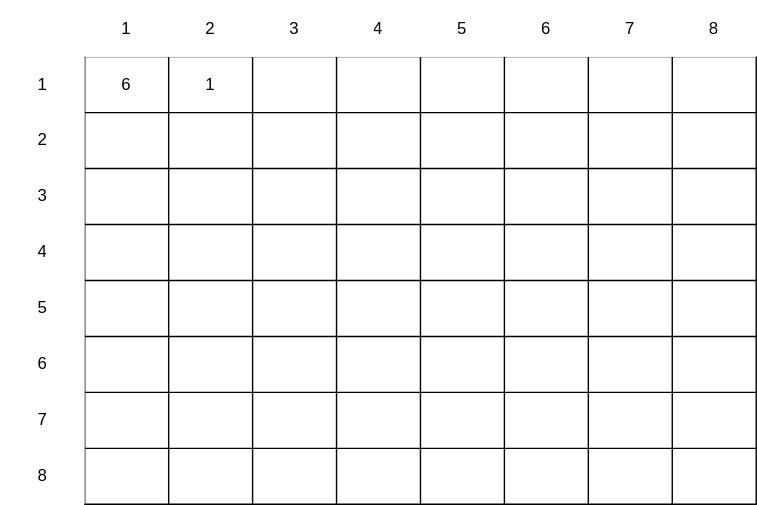
The draw.io diagram Processamento de Imagens - Atividades do dia 2022-06-09-b.svg in mdmundo/diagrams, before a commit. Source tidied: cells renumbered, new cells last; positions are measured from the earlier drawing's top-left corner, leaving out a move shared by most shapes.
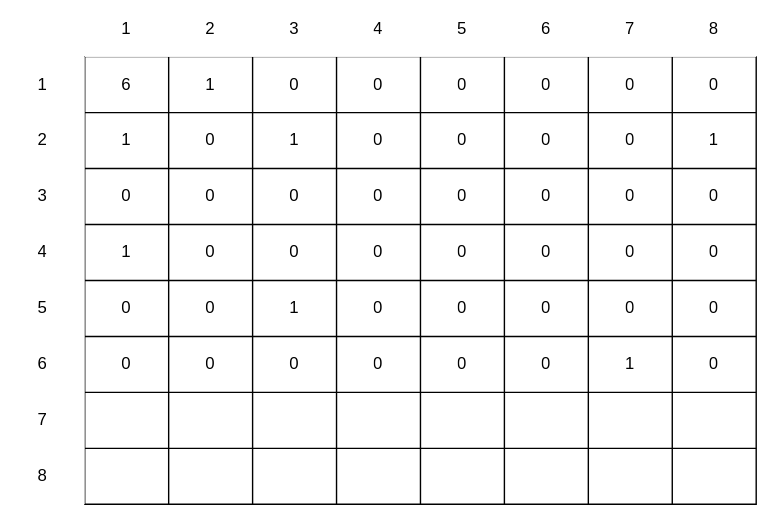
The same file after the commit.

Change to the diagram source:
```diff
@@ -14,157 +14,157 @@
     <mxCell id="5" value="1" style="shape=partialRectangle;html=1;whiteSpace=wrap;overflow=hidden;fillColor=none;top=0;left=0;bottom=0;right=0;strokeColor=default;strokeWidth=1;" parent="3" vertex="1">
       <mxGeometry x="60" width="60" height="40" as="geometry" />
     </mxCell>
-    <mxCell id="6" style="shape=partialRectangle;html=1;whiteSpace=wrap;overflow=hidden;fillColor=none;top=0;left=0;bottom=0;right=0;strokeColor=default;strokeWidth=1;" parent="3" vertex="1">
+    <mxCell id="6" value="0" style="shape=partialRectangle;html=1;whiteSpace=wrap;overflow=hidden;fillColor=none;top=0;left=0;bottom=0;right=0;strokeColor=default;strokeWidth=1;" parent="3" vertex="1">
       <mxGeometry x="120" width="60" height="40" as="geometry" />
     </mxCell>
-    <mxCell id="7" style="shape=partialRectangle;html=1;whiteSpace=wrap;overflow=hidden;fillColor=none;top=0;left=0;bottom=0;right=0;strokeColor=default;strokeWidth=1;" parent="3" vertex="1">
+    <mxCell id="7" value="0" style="shape=partialRectangle;html=1;whiteSpace=wrap;overflow=hidden;fillColor=none;top=0;left=0;bottom=0;right=0;strokeColor=default;strokeWidth=1;" parent="3" vertex="1">
       <mxGeometry x="180" width="60" height="40" as="geometry" />
     </mxCell>
-    <mxCell id="8" style="shape=partialRectangle;html=1;whiteSpace=wrap;overflow=hidden;fillColor=none;top=0;left=0;bottom=0;right=0;strokeColor=default;strokeWidth=1;" parent="3" vertex="1">
+    <mxCell id="8" value="0" style="shape=partialRectangle;html=1;whiteSpace=wrap;overflow=hidden;fillColor=none;top=0;left=0;bottom=0;right=0;strokeColor=default;strokeWidth=1;" parent="3" vertex="1">
       <mxGeometry x="240" width="60" height="40" as="geometry" />
     </mxCell>
-    <mxCell id="9" style="shape=partialRectangle;html=1;whiteSpace=wrap;overflow=hidden;fillColor=none;top=0;left=0;bottom=0;right=0;strokeColor=default;strokeWidth=1;" parent="3" vertex="1">
+    <mxCell id="9" value="0" style="shape=partialRectangle;html=1;whiteSpace=wrap;overflow=hidden;fillColor=none;top=0;left=0;bottom=0;right=0;strokeColor=default;strokeWidth=1;" parent="3" vertex="1">
       <mxGeometry x="300" width="60" height="40" as="geometry" />
     </mxCell>
-    <mxCell id="10" style="shape=partialRectangle;html=1;whiteSpace=wrap;overflow=hidden;fillColor=none;top=0;left=0;bottom=0;right=0;strokeColor=default;strokeWidth=1;" parent="3" vertex="1">
+    <mxCell id="10" value="0" style="shape=partialRectangle;html=1;whiteSpace=wrap;overflow=hidden;fillColor=none;top=0;left=0;bottom=0;right=0;strokeColor=default;strokeWidth=1;" parent="3" vertex="1">
       <mxGeometry x="360" width="60" height="40" as="geometry" />
     </mxCell>
-    <mxCell id="11" style="shape=partialRectangle;html=1;whiteSpace=wrap;overflow=hidden;fillColor=none;top=0;left=0;bottom=0;right=0;strokeColor=default;strokeWidth=1;" parent="3" vertex="1">
+    <mxCell id="11" value="0" style="shape=partialRectangle;html=1;whiteSpace=wrap;overflow=hidden;fillColor=none;top=0;left=0;bottom=0;right=0;strokeColor=default;strokeWidth=1;" parent="3" vertex="1">
       <mxGeometry x="420" width="60" height="40" as="geometry" />
     </mxCell>
     <mxCell id="12" style="shape=tableRow;horizontal=0;startSize=0;swimlaneHead=0;swimlaneBody=0;top=0;left=0;bottom=0;right=0;fillColor=none;strokeColor=default;strokeWidth=1;" parent="2" vertex="1">
       <mxGeometry y="40" width="480" height="40" as="geometry" />
     </mxCell>
-    <mxCell id="13" style="shape=partialRectangle;html=1;whiteSpace=wrap;overflow=hidden;fillColor=none;top=0;left=0;bottom=0;right=0;strokeColor=default;strokeWidth=1;" parent="12" vertex="1">
+    <mxCell id="13" value="1" style="shape=partialRectangle;html=1;whiteSpace=wrap;overflow=hidden;fillColor=none;top=0;left=0;bottom=0;right=0;strokeColor=default;strokeWidth=1;" parent="12" vertex="1">
       <mxGeometry width="60" height="40" as="geometry" />
     </mxCell>
-    <mxCell id="14" style="shape=partialRectangle;html=1;whiteSpace=wrap;overflow=hidden;fillColor=none;top=0;left=0;bottom=0;right=0;strokeColor=default;strokeWidth=1;" parent="12" vertex="1">
+    <mxCell id="14" value="0" style="shape=partialRectangle;html=1;whiteSpace=wrap;overflow=hidden;fillColor=none;top=0;left=0;bottom=0;right=0;strokeColor=default;strokeWidth=1;" parent="12" vertex="1">
       <mxGeometry x="60" width="60" height="40" as="geometry" />
     </mxCell>
-    <mxCell id="15" style="shape=partialRectangle;html=1;whiteSpace=wrap;overflow=hidden;fillColor=none;top=0;left=0;bottom=0;right=0;strokeColor=default;strokeWidth=1;" parent="12" vertex="1">
+    <mxCell id="15" value="1" style="shape=partialRectangle;html=1;whiteSpace=wrap;overflow=hidden;fillColor=none;top=0;left=0;bottom=0;right=0;strokeColor=default;strokeWidth=1;" parent="12" vertex="1">
       <mxGeometry x="120" width="60" height="40" as="geometry" />
     </mxCell>
-    <mxCell id="16" style="shape=partialRectangle;html=1;whiteSpace=wrap;overflow=hidden;fillColor=none;top=0;left=0;bottom=0;right=0;strokeColor=default;strokeWidth=1;" parent="12" vertex="1">
+    <mxCell id="16" value="0" style="shape=partialRectangle;html=1;whiteSpace=wrap;overflow=hidden;fillColor=none;top=0;left=0;bottom=0;right=0;strokeColor=default;strokeWidth=1;" parent="12" vertex="1">
       <mxGeometry x="180" width="60" height="40" as="geometry" />
     </mxCell>
-    <mxCell id="17" style="shape=partialRectangle;html=1;whiteSpace=wrap;overflow=hidden;fillColor=none;top=0;left=0;bottom=0;right=0;strokeColor=default;strokeWidth=1;" parent="12" vertex="1">
+    <mxCell id="17" value="0" style="shape=partialRectangle;html=1;whiteSpace=wrap;overflow=hidden;fillColor=none;top=0;left=0;bottom=0;right=0;strokeColor=default;strokeWidth=1;" parent="12" vertex="1">
       <mxGeometry x="240" width="60" height="40" as="geometry" />
     </mxCell>
-    <mxCell id="18" style="shape=partialRectangle;html=1;whiteSpace=wrap;overflow=hidden;fillColor=none;top=0;left=0;bottom=0;right=0;strokeColor=default;strokeWidth=1;" parent="12" vertex="1">
+    <mxCell id="18" value="0" style="shape=partialRectangle;html=1;whiteSpace=wrap;overflow=hidden;fillColor=none;top=0;left=0;bottom=0;right=0;strokeColor=default;strokeWidth=1;" parent="12" vertex="1">
       <mxGeometry x="300" width="60" height="40" as="geometry" />
     </mxCell>
-    <mxCell id="19" style="shape=partialRectangle;html=1;whiteSpace=wrap;overflow=hidden;fillColor=none;top=0;left=0;bottom=0;right=0;strokeColor=default;strokeWidth=1;" parent="12" vertex="1">
+    <mxCell id="19" value="0" style="shape=partialRectangle;html=1;whiteSpace=wrap;overflow=hidden;fillColor=none;top=0;left=0;bottom=0;right=0;strokeColor=default;strokeWidth=1;" parent="12" vertex="1">
       <mxGeometry x="360" width="60" height="40" as="geometry" />
     </mxCell>
-    <mxCell id="20" style="shape=partialRectangle;html=1;whiteSpace=wrap;overflow=hidden;fillColor=none;top=0;left=0;bottom=0;right=0;strokeColor=default;strokeWidth=1;" parent="12" vertex="1">
+    <mxCell id="20" value="1" style="shape=partialRectangle;html=1;whiteSpace=wrap;overflow=hidden;fillColor=none;top=0;left=0;bottom=0;right=0;strokeColor=default;strokeWidth=1;" parent="12" vertex="1">
       <mxGeometry x="420" width="60" height="40" as="geometry" />
     </mxCell>
     <mxCell id="21" style="shape=tableRow;horizontal=0;startSize=0;swimlaneHead=0;swimlaneBody=0;top=0;left=0;bottom=0;right=0;fillColor=none;strokeColor=default;strokeWidth=1;" parent="2" vertex="1">
       <mxGeometry y="80" width="480" height="40" as="geometry" />
     </mxCell>
-    <mxCell id="22" style="shape=partialRectangle;html=1;whiteSpace=wrap;overflow=hidden;fillColor=none;top=0;left=0;bottom=0;right=0;strokeColor=default;strokeWidth=1;" parent="21" vertex="1">
+    <mxCell id="22" value="0" style="shape=partialRectangle;html=1;whiteSpace=wrap;overflow=hidden;fillColor=none;top=0;left=0;bottom=0;right=0;strokeColor=default;strokeWidth=1;" parent="21" vertex="1">
       <mxGeometry width="60" height="40" as="geometry" />
     </mxCell>
-    <mxCell id="23" style="shape=partialRectangle;html=1;whiteSpace=wrap;overflow=hidden;fillColor=none;top=0;left=0;bottom=0;right=0;strokeColor=default;strokeWidth=1;" parent="21" vertex="1">
+    <mxCell id="23" value="0" style="shape=partialRectangle;html=1;whiteSpace=wrap;overflow=hidden;fillColor=none;top=0;left=0;bottom=0;right=0;strokeColor=default;strokeWidth=1;" parent="21" vertex="1">
       <mxGeometry x="60" width="60" height="40" as="geometry" />
     </mxCell>
-    <mxCell id="24" style="shape=partialRectangle;html=1;whiteSpace=wrap;overflow=hidden;fillColor=none;top=0;left=0;bottom=0;right=0;strokeColor=default;strokeWidth=1;" parent="21" vertex="1">
+    <mxCell id="24" value="0" style="shape=partialRectangle;html=1;whiteSpace=wrap;overflow=hidden;fillColor=none;top=0;left=0;bottom=0;right=0;strokeColor=default;strokeWidth=1;" parent="21" vertex="1">
       <mxGeometry x="120" width="60" height="40" as="geometry" />
     </mxCell>
-    <mxCell id="25" style="shape=partialRectangle;html=1;whiteSpace=wrap;overflow=hidden;fillColor=none;top=0;left=0;bottom=0;right=0;strokeColor=default;strokeWidth=1;" parent="21" vertex="1">
+    <mxCell id="25" value="0" style="shape=partialRectangle;html=1;whiteSpace=wrap;overflow=hidden;fillColor=none;top=0;left=0;bottom=0;right=0;strokeColor=default;strokeWidth=1;" parent="21" vertex="1">
       <mxGeometry x="180" width="60" height="40" as="geometry" />
     </mxCell>
-    <mxCell id="26" style="shape=partialRectangle;html=1;whiteSpace=wrap;overflow=hidden;fillColor=none;top=0;left=0;bottom=0;right=0;strokeColor=default;strokeWidth=1;" parent="21" vertex="1">
+    <mxCell id="26" value="0" style="shape=partialRectangle;html=1;whiteSpace=wrap;overflow=hidden;fillColor=none;top=0;left=0;bottom=0;right=0;strokeColor=default;strokeWidth=1;" parent="21" vertex="1">
       <mxGeometry x="240" width="60" height="40" as="geometry" />
     </mxCell>
-    <mxCell id="27" style="shape=partialRectangle;html=1;whiteSpace=wrap;overflow=hidden;fillColor=none;top=0;left=0;bottom=0;right=0;strokeColor=default;strokeWidth=1;" parent="21" vertex="1">
+    <mxCell id="27" value="0" style="shape=partialRectangle;html=1;whiteSpace=wrap;overflow=hidden;fillColor=none;top=0;left=0;bottom=0;right=0;strokeColor=default;strokeWidth=1;" parent="21" vertex="1">
       <mxGeometry x="300" width="60" height="40" as="geometry" />
     </mxCell>
-    <mxCell id="28" style="shape=partialRectangle;html=1;whiteSpace=wrap;overflow=hidden;fillColor=none;top=0;left=0;bottom=0;right=0;strokeColor=default;strokeWidth=1;" parent="21" vertex="1">
+    <mxCell id="28" value="0" style="shape=partialRectangle;html=1;whiteSpace=wrap;overflow=hidden;fillColor=none;top=0;left=0;bottom=0;right=0;strokeColor=default;strokeWidth=1;" parent="21" vertex="1">
       <mxGeometry x="360" width="60" height="40" as="geometry" />
     </mxCell>
-    <mxCell id="29" style="shape=partialRectangle;html=1;whiteSpace=wrap;overflow=hidden;fillColor=none;top=0;left=0;bottom=0;right=0;strokeColor=default;strokeWidth=1;" parent="21" vertex="1">
+    <mxCell id="29" value="0" style="shape=partialRectangle;html=1;whiteSpace=wrap;overflow=hidden;fillColor=none;top=0;left=0;bottom=0;right=0;strokeColor=default;strokeWidth=1;" parent="21" vertex="1">
       <mxGeometry x="420" width="60" height="40" as="geometry" />
     </mxCell>
     <mxCell id="30" style="shape=tableRow;horizontal=0;startSize=0;swimlaneHead=0;swimlaneBody=0;top=0;left=0;bottom=0;right=0;fillColor=none;strokeColor=default;strokeWidth=1;" parent="2" vertex="1">
       <mxGeometry y="120" width="480" height="40" as="geometry" />
     </mxCell>
-    <mxCell id="31" style="shape=partialRectangle;html=1;whiteSpace=wrap;overflow=hidden;fillColor=none;top=0;left=0;bottom=0;right=0;strokeColor=default;strokeWidth=1;" parent="30" vertex="1">
+    <mxCell id="31" value="1" style="shape=partialRectangle;html=1;whiteSpace=wrap;overflow=hidden;fillColor=none;top=0;left=0;bottom=0;right=0;strokeColor=default;strokeWidth=1;" parent="30" vertex="1">
       <mxGeometry width="60" height="40" as="geometry" />
     </mxCell>
-    <mxCell id="32" style="shape=partialRectangle;html=1;whiteSpace=wrap;overflow=hidden;fillColor=none;top=0;left=0;bottom=0;right=0;strokeColor=default;strokeWidth=1;" parent="30" vertex="1">
+    <mxCell id="32" value="0" style="shape=partialRectangle;html=1;whiteSpace=wrap;overflow=hidden;fillColor=none;top=0;left=0;bottom=0;right=0;strokeColor=default;strokeWidth=1;" parent="30" vertex="1">
       <mxGeometry x="60" width="60" height="40" as="geometry" />
     </mxCell>
-    <mxCell id="33" style="shape=partialRectangle;html=1;whiteSpace=wrap;overflow=hidden;fillColor=none;top=0;left=0;bottom=0;right=0;strokeColor=default;strokeWidth=1;" parent="30" vertex="1">
+    <mxCell id="33" value="0" style="shape=partialRectangle;html=1;whiteSpace=wrap;overflow=hidden;fillColor=none;top=0;left=0;bottom=0;right=0;strokeColor=default;strokeWidth=1;" parent="30" vertex="1">
       <mxGeometry x="120" width="60" height="40" as="geometry" />
     </mxCell>
-    <mxCell id="34" style="shape=partialRectangle;html=1;whiteSpace=wrap;overflow=hidden;fillColor=none;top=0;left=0;bottom=0;right=0;strokeColor=default;strokeWidth=1;" parent="30" vertex="1">
+    <mxCell id="34" value="0" style="shape=partialRectangle;html=1;whiteSpace=wrap;overflow=hidden;fillColor=none;top=0;left=0;bottom=0;right=0;strokeColor=default;strokeWidth=1;" parent="30" vertex="1">
       <mxGeometry x="180" width="60" height="40" as="geometry" />
     </mxCell>
-    <mxCell id="35" style="shape=partialRectangle;html=1;whiteSpace=wrap;overflow=hidden;fillColor=none;top=0;left=0;bottom=0;right=0;strokeColor=default;strokeWidth=1;" parent="30" vertex="1">
+    <mxCell id="35" value="0" style="shape=partialRectangle;html=1;whiteSpace=wrap;overflow=hidden;fillColor=none;top=0;left=0;bottom=0;right=0;strokeColor=default;strokeWidth=1;" parent="30" vertex="1">
       <mxGeometry x="240" width="60" height="40" as="geometry" />
     </mxCell>
-    <mxCell id="36" style="shape=partialRectangle;html=1;whiteSpace=wrap;overflow=hidden;fillColor=none;top=0;left=0;bottom=0;right=0;strokeColor=default;strokeWidth=1;" parent="30" vertex="1">
+    <mxCell id="36" value="0" style="shape=partialRectangle;html=1;whiteSpace=wrap;overflow=hidden;fillColor=none;top=0;left=0;bottom=0;right=0;strokeColor=default;strokeWidth=1;" parent="30" vertex="1">
       <mxGeometry x="300" width="60" height="40" as="geometry" />
     </mxCell>
-    <mxCell id="37" style="shape=partialRectangle;html=1;whiteSpace=wrap;overflow=hidden;fillColor=none;top=0;left=0;bottom=0;right=0;strokeColor=default;strokeWidth=1;" parent="30" vertex="1">
+    <mxCell id="37" value="0" style="shape=partialRectangle;html=1;whiteSpace=wrap;overflow=hidden;fillColor=none;top=0;left=0;bottom=0;right=0;strokeColor=default;strokeWidth=1;" parent="30" vertex="1">
       <mxGeometry x="360" width="60" height="40" as="geometry" />
     </mxCell>
-    <mxCell id="38" style="shape=partialRectangle;html=1;whiteSpace=wrap;overflow=hidden;fillColor=none;top=0;left=0;bottom=0;right=0;strokeColor=default;strokeWidth=1;" parent="30" vertex="1">
+    <mxCell id="38" value="0" style="shape=partialRectangle;html=1;whiteSpace=wrap;overflow=hidden;fillColor=none;top=0;left=0;bottom=0;right=0;strokeColor=default;strokeWidth=1;" parent="30" vertex="1">
       <mxGeometry x="420" width="60" height="40" as="geometry" />
     </mxCell>
     <mxCell id="39" style="shape=tableRow;horizontal=0;startSize=0;swimlaneHead=0;swimlaneBody=0;top=0;left=0;bottom=0;right=0;fillColor=none;strokeColor=default;strokeWidth=1;" parent="2" vertex="1">
       <mxGeometry y="160" width="480" height="40" as="geometry" />
     </mxCell>
-    <mxCell id="40" style="shape=partialRectangle;html=1;whiteSpace=wrap;overflow=hidden;fillColor=none;top=0;left=0;bottom=0;right=0;strokeColor=default;strokeWidth=1;" parent="39" vertex="1">
+    <mxCell id="40" value="0" style="shape=partialRectangle;html=1;whiteSpace=wrap;overflow=hidden;fillColor=none;top=0;left=0;bottom=0;right=0;strokeColor=default;strokeWidth=1;" parent="39" vertex="1">
       <mxGeometry width="60" height="40" as="geometry" />
     </mxCell>
-    <mxCell id="41" style="shape=partialRectangle;html=1;whiteSpace=wrap;overflow=hidden;fillColor=none;top=0;left=0;bottom=0;right=0;strokeColor=default;strokeWidth=1;" parent="39" vertex="1">
+    <mxCell id="41" value="0" style="shape=partialRectangle;html=1;whiteSpace=wrap;overflow=hidden;fillColor=none;top=0;left=0;bottom=0;right=0;strokeColor=default;strokeWidth=1;" parent="39" vertex="1">
       <mxGeometry x="60" width="60" height="40" as="geometry" />
     </mxCell>
-    <mxCell id="42" style="shape=partialRectangle;html=1;whiteSpace=wrap;overflow=hidden;fillColor=none;top=0;left=0;bottom=0;right=0;strokeColor=default;strokeWidth=1;" parent="39" vertex="1">
+    <mxCell id="42" value="1" style="shape=partialRectangle;html=1;whiteSpace=wrap;overflow=hidden;fillColor=none;top=0;left=0;bottom=0;right=0;strokeColor=default;strokeWidth=1;" parent="39" vertex="1">
       <mxGeometry x="120" width="60" height="40" as="geometry" />
     </mxCell>
-    <mxCell id="43" style="shape=partialRectangle;html=1;whiteSpace=wrap;overflow=hidden;fillColor=none;top=0;left=0;bottom=0;right=0;strokeColor=default;strokeWidth=1;" parent="39" vertex="1">
+    <mxCell id="43" value="0" style="shape=partialRectangle;html=1;whiteSpace=wrap;overflow=hidden;fillColor=none;top=0;left=0;bottom=0;right=0;strokeColor=default;strokeWidth=1;" parent="39" vertex="1">
       <mxGeometry x="180" width="60" height="40" as="geometry" />
     </mxCell>
-    <mxCell id="44" style="shape=partialRectangle;html=1;whiteSpace=wrap;overflow=hidden;fillColor=none;top=0;left=0;bottom=0;right=0;strokeColor=default;strokeWidth=1;" parent="39" vertex="1">
+    <mxCell id="44" value="0" style="shape=partialRectangle;html=1;whiteSpace=wrap;overflow=hidden;fillColor=none;top=0;left=0;bottom=0;right=0;strokeColor=default;strokeWidth=1;" parent="39" vertex="1">
       <mxGeometry x="240" width="60" height="40" as="geometry" />
     </mxCell>
-    <mxCell id="45" style="shape=partialRectangle;html=1;whiteSpace=wrap;overflow=hidden;fillColor=none;top=0;left=0;bottom=0;right=0;strokeColor=default;strokeWidth=1;" parent="39" vertex="1">
+    <mxCell id="45" value="0" style="shape=partialRectangle;html=1;whiteSpace=wrap;overflow=hidden;fillColor=none;top=0;left=0;bottom=0;right=0;strokeColor=default;strokeWidth=1;" parent="39" vertex="1">
       <mxGeometry x="300" width="60" height="40" as="geometry" />
     </mxCell>
-    <mxCell id="46" style="shape=partialRectangle;html=1;whiteSpace=wrap;overflow=hidden;fillColor=none;top=0;left=0;bottom=0;right=0;strokeColor=default;strokeWidth=1;" parent="39" vertex="1">
+    <mxCell id="46" value="0" style="shape=partialRectangle;html=1;whiteSpace=wrap;overflow=hidden;fillColor=none;top=0;left=0;bottom=0;right=0;strokeColor=default;strokeWidth=1;" parent="39" vertex="1">
       <mxGeometry x="360" width="60" height="40" as="geometry" />
     </mxCell>
-    <mxCell id="47" style="shape=partialRectangle;html=1;whiteSpace=wrap;overflow=hidden;fillColor=none;top=0;left=0;bottom=0;right=0;strokeColor=default;strokeWidth=1;" parent="39" vertex="1">
+    <mxCell id="47" value="0" style="shape=partialRectangle;html=1;whiteSpace=wrap;overflow=hidden;fillColor=none;top=0;left=0;bottom=0;right=0;strokeColor=default;strokeWidth=1;" parent="39" vertex="1">
       <mxGeometry x="420" width="60" height="40" as="geometry" />
     </mxCell>
     <mxCell id="48" style="shape=tableRow;horizontal=0;startSize=0;swimlaneHead=0;swimlaneBody=0;top=0;left=0;bottom=0;right=0;fillColor=none;strokeColor=default;strokeWidth=1;" parent="2" vertex="1">
       <mxGeometry y="200" width="480" height="40" as="geometry" />
     </mxCell>
-    <mxCell id="49" style="shape=partialRectangle;html=1;whiteSpace=wrap;overflow=hidden;fillColor=none;top=0;left=0;bottom=0;right=0;strokeColor=default;strokeWidth=1;" parent="48" vertex="1">
+    <mxCell id="49" value="0" style="shape=partialRectangle;html=1;whiteSpace=wrap;overflow=hidden;fillColor=none;top=0;left=0;bottom=0;right=0;strokeColor=default;strokeWidth=1;" parent="48" vertex="1">
       <mxGeometry width="60" height="40" as="geometry" />
     </mxCell>
-    <mxCell id="50" style="shape=partialRectangle;html=1;whiteSpace=wrap;overflow=hidden;fillColor=none;top=0;left=0;bottom=0;right=0;strokeColor=default;strokeWidth=1;" parent="48" vertex="1">
+    <mxCell id="50" value="0" style="shape=partialRectangle;html=1;whiteSpace=wrap;overflow=hidden;fillColor=none;top=0;left=0;bottom=0;right=0;strokeColor=default;strokeWidth=1;" parent="48" vertex="1">
       <mxGeometry x="60" width="60" height="40" as="geometry" />
     </mxCell>
-    <mxCell id="51" style="shape=partialRectangle;html=1;whiteSpace=wrap;overflow=hidden;fillColor=none;top=0;left=0;bottom=0;right=0;strokeColor=default;strokeWidth=1;" parent="48" vertex="1">
+    <mxCell id="51" value="0" style="shape=partialRectangle;html=1;whiteSpace=wrap;overflow=hidden;fillColor=none;top=0;left=0;bottom=0;right=0;strokeColor=default;strokeWidth=1;" parent="48" vertex="1">
       <mxGeometry x="120" width="60" height="40" as="geometry" />
     </mxCell>
-    <mxCell id="52" style="shape=partialRectangle;html=1;whiteSpace=wrap;overflow=hidden;fillColor=none;top=0;left=0;bottom=0;right=0;strokeColor=default;strokeWidth=1;" parent="48" vertex="1">
+    <mxCell id="52" value="0" style="shape=partialRectangle;html=1;whiteSpace=wrap;overflow=hidden;fillColor=none;top=0;left=0;bottom=0;right=0;strokeColor=default;strokeWidth=1;" parent="48" vertex="1">
       <mxGeometry x="180" width="60" height="40" as="geometry" />
     </mxCell>
-    <mxCell id="53" style="shape=partialRectangle;html=1;whiteSpace=wrap;overflow=hidden;fillColor=none;top=0;left=0;bottom=0;right=0;strokeColor=default;strokeWidth=1;" parent="48" vertex="1">
+    <mxCell id="53" value="0" style="shape=partialRectangle;html=1;whiteSpace=wrap;overflow=hidden;fillColor=none;top=0;left=0;bottom=0;right=0;strokeColor=default;strokeWidth=1;" parent="48" vertex="1">
       <mxGeometry x="240" width="60" height="40" as="geometry" />
     </mxCell>
-    <mxCell id="54" style="shape=partialRectangle;html=1;whiteSpace=wrap;overflow=hidden;fillColor=none;top=0;left=0;bottom=0;right=0;strokeColor=default;strokeWidth=1;" parent="48" vertex="1">
+    <mxCell id="54" value="0" style="shape=partialRectangle;html=1;whiteSpace=wrap;overflow=hidden;fillColor=none;top=0;left=0;bottom=0;right=0;strokeColor=default;strokeWidth=1;" parent="48" vertex="1">
       <mxGeometry x="300" width="60" height="40" as="geometry" />
     </mxCell>
-    <mxCell id="55" style="shape=partialRectangle;html=1;whiteSpace=wrap;overflow=hidden;fillColor=none;top=0;left=0;bottom=0;right=0;strokeColor=default;strokeWidth=1;" parent="48" vertex="1">
+    <mxCell id="55" value="1" style="shape=partialRectangle;html=1;whiteSpace=wrap;overflow=hidden;fillColor=none;top=0;left=0;bottom=0;right=0;strokeColor=default;strokeWidth=1;" parent="48" vertex="1">
       <mxGeometry x="360" width="60" height="40" as="geometry" />
     </mxCell>
-    <mxCell id="56" style="shape=partialRectangle;html=1;whiteSpace=wrap;overflow=hidden;fillColor=none;top=0;left=0;bottom=0;right=0;strokeColor=default;strokeWidth=1;" parent="48" vertex="1">
+    <mxCell id="56" value="0" style="shape=partialRectangle;html=1;whiteSpace=wrap;overflow=hidden;fillColor=none;top=0;left=0;bottom=0;right=0;strokeColor=default;strokeWidth=1;" parent="48" vertex="1">
       <mxGeometry x="420" width="60" height="40" as="geometry" />
     </mxCell>
     <mxCell id="57" style="shape=tableRow;horizontal=0;startSize=0;swimlaneHead=0;swimlaneBody=0;top=0;left=0;bottom=0;right=0;fillColor=none;strokeColor=default;strokeWidth=1;" parent="2" vertex="1">
```
